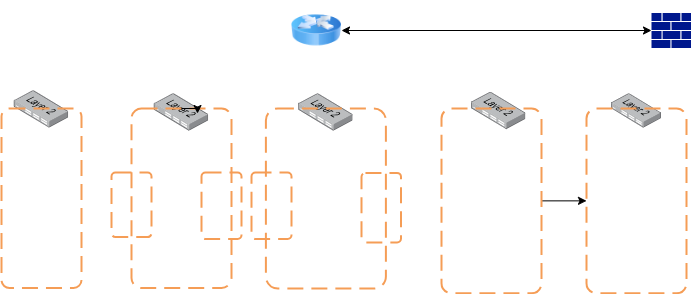
This is secured_network_topology.drawio.png from MwarumbaH-5523/Secured_Networks_Topology, a draw.io export, as it was before one commit. Source tidied: cells renumbered, new cells last; positions are measured from the earlier drawing's top-left corner, leaving out a move shared by most shapes.
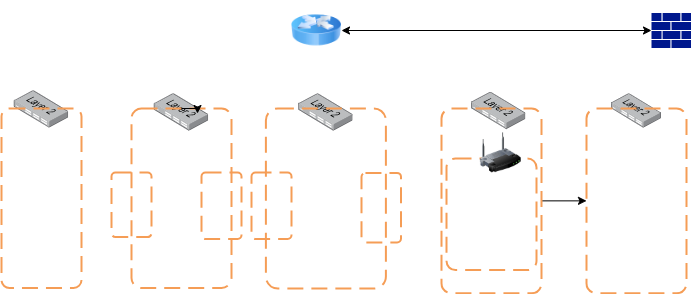
The same file after the commit.

Change to the diagram source:
```diff
@@ -59,5 +59,11 @@
     <mxCell id="20" style="rounded=1;arcSize=10;dashed=1;strokeColor=light-dark(#F59D56,#FF3333);fillColor=none;gradientColor=none;dashPattern=8 4;strokeWidth=2;" parent="1" vertex="1">
       <mxGeometry x="360" y="172.4" width="39.5" height="69.5" as="geometry" />
     </mxCell>
+    <mxCell id="21" style="rounded=1;arcSize=10;dashed=1;strokeColor=light-dark(#F59D56,#33FF33);fillColor=none;gradientColor=none;dashPattern=8 4;strokeWidth=2;" parent="1" vertex="1">
+      <mxGeometry x="445" y="158" width="90" height="111.6" as="geometry" />
+    </mxCell>
+    <mxCell id="22" style="image;html=1;image=img/lib/clip_art/networking/Wireless_Router_128x128.png;" parent="1" vertex="1">
+      <mxGeometry x="474.4" y="132.4" width="50" height="40" as="geometry" />
+    </mxCell>
   </root>
 </mxGraphModel>
```
